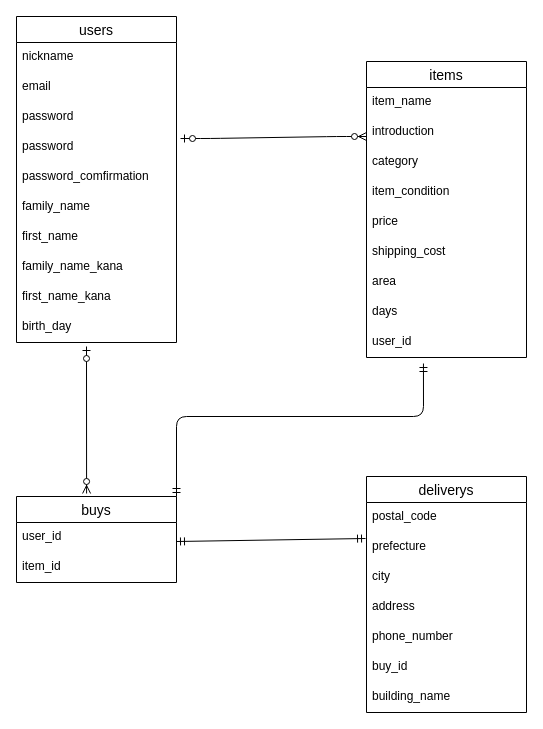
Before: furima.dio in syousyuukoriki/furima-31167, a draw.io diagram. Source tidied: cells renumbered, new cells numbered last; positions are measured from the earlier drawing's top-left corner, leaving out a move shared by most shapes. Both pictures are drawn from the tidied source at 100%, with x=0, y=0 at pixel (16, 16).
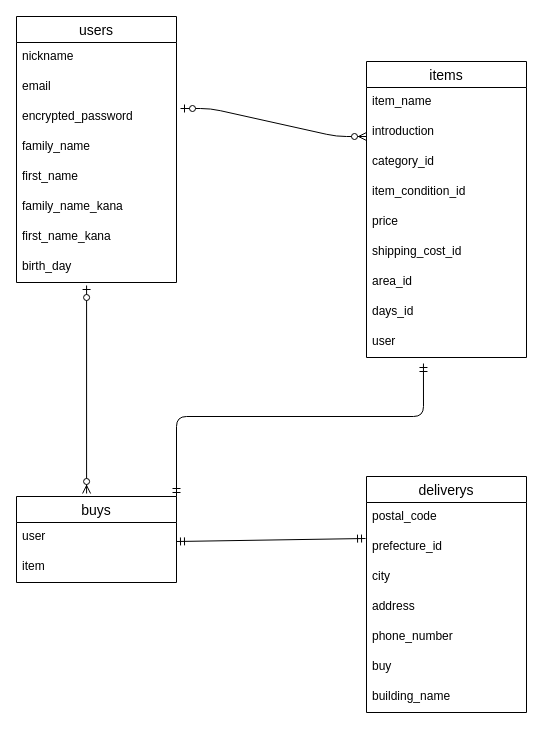
Above is the later version.

Commit message (it also covers changes not shown here):
ER図とREADMEを再修正

Unchanged cells that the change refers to:
```xml
<mxCell id="13" value="items" style="swimlane;fontStyle=0;horizontal=1;startSize=26;align=center;fontSize=14;" parent="1" vertex="1">
  <mxGeometry x="350" y="45" width="160" height="296" as="geometry" />
</mxCell>
<mxCell id="24" value="deliverys" style="swimlane;fontStyle=0;horizontal=1;startSize=26;align=center;fontSize=14;" parent="1" vertex="1">
  <mxGeometry x="350" y="460" width="160" height="236" as="geometry" />
</mxCell>
<mxCell id="33" value="buys" style="swimlane;fontStyle=0;horizontal=1;startSize=26;align=center;fontSize=14;" parent="1" vertex="1">
  <mxGeometry y="480" width="160" height="86" as="geometry" />
</mxCell>
```

What changed in the source:
```diff
@@
     <mxCell id="2" value="users" style="swimlane;fontStyle=0;horizontal=1;startSize=26;align=center;fontSize=14;" parent="1" vertex="1">
-      <mxGeometry width="160" height="326" as="geometry" />
+      <mxGeometry width="160" height="266" as="geometry" />
     </mxCell>
@@
-    <mxCell id="5" value="password" style="text;strokeColor=none;fillColor=none;spacingLeft=4;spacingRight=4;overflow=hidden;fontSize=12;" parent="2" vertex="1">
-      <mxGeometry y="86" width="160" height="30" as="geometry" />
-    </mxCell>
-    <mxCell id="6" value="password" style="text;strokeColor=none;fillColor=none;spacingLeft=4;spacingRight=4;overflow=hidden;points=[[0,0.5],[1,0.5]];portConstraint=eastwest;fontSize=12;" parent="2" vertex="1">
-      <mxGeometry y="116" width="160" height="30" as="geometry" />
-    </mxCell>
-    <mxCell id="7" value="password_comfirmation" style="text;strokeColor=none;fillColor=none;spacingLeft=4;spacingRight=4;overflow=hidden;fontSize=12;" parent="2" vertex="1">
-      <mxGeometry y="146" width="160" height="30" as="geometry" />
+    <mxCell id="7" value="encrypted_password" style="text;strokeColor=none;fillColor=none;spacingLeft=4;spacingRight=4;overflow=hidden;fontSize=12;" parent="2" vertex="1">
+      <mxGeometry y="86" width="160" height="30" as="geometry" />
     </mxCell>
     <mxCell id="8" value="family_name" style="text;strokeColor=none;fillColor=none;spacingLeft=4;spacingRight=4;overflow=hidden;fontSize=12;" parent="2" vertex="1">
-      <mxGeometry y="176" width="160" height="30" as="geometry" />
+      <mxGeometry y="116" width="160" height="30" as="geometry" />
     </mxCell>
     <mxCell id="9" value="first_name" style="text;strokeColor=none;fillColor=none;spacingLeft=4;spacingRight=4;overflow=hidden;fontSize=12;" parent="2" vertex="1">
-      <mxGeometry y="206" width="160" height="30" as="geometry" />
+      <mxGeometry y="146" width="160" height="30" as="geometry" />
     </mxCell>
     <mxCell id="10" value="family_name_kana" style="text;strokeColor=none;fillColor=none;spacingLeft=4;spacingRight=4;overflow=hidden;fontSize=12;" parent="2" vertex="1">
-      <mxGeometry y="236" width="160" height="30" as="geometry" />
+      <mxGeometry y="176" width="160" height="30" as="geometry" />
     </mxCell>
     <mxCell id="11" value="first_name_kana" style="text;strokeColor=none;fillColor=none;spacingLeft=4;spacingRight=4;overflow=hidden;fontSize=12;" parent="2" vertex="1">
-      <mxGeometry y="266" width="160" height="30" as="geometry" />
+      <mxGeometry y="206" width="160" height="30" as="geometry" />
     </mxCell>
     <mxCell id="12" value="birth_day" style="text;strokeColor=none;fillColor=none;spacingLeft=4;spacingRight=4;overflow=hidden;points=[[0,0.5],[1,0.5]];portConstraint=eastwest;fontSize=12;" parent="2" vertex="1">
-      <mxGeometry y="296" width="160" height="30" as="geometry" />
+      <mxGeometry y="236" width="160" height="30" as="geometry" />
     </mxCell>
@@
-    <mxCell id="16" value="category" style="text;strokeColor=none;fillColor=none;spacingLeft=4;spacingRight=4;overflow=hidden;fontSize=12;" parent="13" vertex="1">
+    <mxCell id="16" value="category_id" style="text;strokeColor=none;fillColor=none;spacingLeft=4;spacingRight=4;overflow=hidden;fontSize=12;" parent="13" vertex="1">
       <mxGeometry y="86" width="160" height="30" as="geometry" />
     </mxCell>
-    <mxCell id="17" value="item_condition" style="text;strokeColor=none;fillColor=none;spacingLeft=4;spacingRight=4;overflow=hidden;fontSize=12;" parent="13" vertex="1">
+    <mxCell id="17" value="item_condition_id" style="text;strokeColor=none;fillColor=none;spacingLeft=4;spacingRight=4;overflow=hidden;fontSize=12;" parent="13" vertex="1">
       <mxGeometry y="116" width="160" height="30" as="geometry" />
     </mxCell>
@@
-    <mxCell id="19" value="shipping_cost" style="text;strokeColor=none;fillColor=none;spacingLeft=4;spacingRight=4;overflow=hidden;fontSize=12;" parent="13" vertex="1">
+    <mxCell id="19" value="shipping_cost_id" style="text;strokeColor=none;fillColor=none;spacingLeft=4;spacingRight=4;overflow=hidden;fontSize=12;" parent="13" vertex="1">
       <mxGeometry y="176" width="160" height="30" as="geometry" />
     </mxCell>
-    <mxCell id="20" value="area" style="text;strokeColor=none;fillColor=none;spacingLeft=4;spacingRight=4;overflow=hidden;fontSize=12;" parent="13" vertex="1">
+    <mxCell id="20" value="area_id" style="text;strokeColor=none;fillColor=none;spacingLeft=4;spacingRight=4;overflow=hidden;fontSize=12;" parent="13" vertex="1">
       <mxGeometry y="206" width="160" height="30" as="geometry" />
     </mxCell>
-    <mxCell id="21" value="days" style="text;strokeColor=none;fillColor=none;spacingLeft=4;spacingRight=4;overflow=hidden;fontSize=12;" parent="13" vertex="1">
+    <mxCell id="21" value="days_id" style="text;strokeColor=none;fillColor=none;spacingLeft=4;spacingRight=4;overflow=hidden;fontSize=12;" parent="13" vertex="1">
       <mxGeometry y="236" width="160" height="30" as="geometry" />
     </mxCell>
-    <mxCell id="22" value="user_id" style="text;strokeColor=none;fillColor=none;spacingLeft=4;spacingRight=4;overflow=hidden;points=[[0,0.5],[1,0.5]];portConstraint=eastwest;fontSize=12;" parent="13" vertex="1">
+    <mxCell id="22" value="user" style="text;strokeColor=none;fillColor=none;spacingLeft=4;spacingRight=4;overflow=hidden;points=[[0,0.5],[1,0.5]];portConstraint=eastwest;fontSize=12;" parent="13" vertex="1">
       <mxGeometry y="266" width="160" height="30" as="geometry" />
     </mxCell>
-    <mxCell id="23" style="edgeStyle=entityRelationEdgeStyle;fontSize=12;html=1;endArrow=ERzeroToMany;startArrow=ERzeroToOne;exitX=1.025;exitY=0.2;exitDx=0;exitDy=0;exitPerimeter=0;" parent="1" edge="1" source="6">
+    <mxCell id="23" style="edgeStyle=entityRelationEdgeStyle;fontSize=12;html=1;endArrow=ERzeroToMany;startArrow=ERzeroToOne;exitX=1.025;exitY=0.2;exitDx=0;exitDy=0;exitPerimeter=0;" parent="1" edge="1">
       <mxGeometry relative="1" as="geometry">
+        <mxPoint x="164" y="92" as="sourcePoint" />
         <mxPoint x="350" y="120" as="targetPoint" />
       </mxGeometry>
     </mxCell>
@@
-    <mxCell id="26" value="prefecture" style="text;strokeColor=none;fillColor=none;spacingLeft=4;spacingRight=4;overflow=hidden;points=[[0,0.5],[1,0.5]];portConstraint=eastwest;fontSize=12;" parent="24" vertex="1">
+    <mxCell id="26" value="prefecture_id" style="text;strokeColor=none;fillColor=none;spacingLeft=4;spacingRight=4;overflow=hidden;points=[[0,0.5],[1,0.5]];portConstraint=eastwest;fontSize=12;" parent="24" vertex="1">
       <mxGeometry y="56" width="160" height="30" as="geometry" />
     </mxCell>
@@
-    <mxCell id="30" value="buy_id" style="text;strokeColor=none;fillColor=none;spacingLeft=4;spacingRight=4;overflow=hidden;fontSize=12;" parent="24" vertex="1">
+    <mxCell id="30" value="buy" style="text;strokeColor=none;fillColor=none;spacingLeft=4;spacingRight=4;overflow=hidden;fontSize=12;" parent="24" vertex="1">
       <mxGeometry y="176" width="160" height="30" as="geometry" />
     </mxCell>
@@
-    <mxCell id="34" value="user_id" style="text;strokeColor=none;fillColor=none;spacingLeft=4;spacingRight=4;overflow=hidden;fontSize=12;" parent="33" vertex="1">
+    <mxCell id="34" value="user" style="text;strokeColor=none;fillColor=none;spacingLeft=4;spacingRight=4;overflow=hidden;fontSize=12;" parent="33" vertex="1">
       <mxGeometry y="26" width="160" height="30" as="geometry" />
     </mxCell>
-    <mxCell id="35" value="item_id" style="text;strokeColor=none;fillColor=none;spacingLeft=4;spacingRight=4;overflow=hidden;fontSize=12;" parent="33" vertex="1">
+    <mxCell id="35" value="item" style="text;strokeColor=none;fillColor=none;spacingLeft=4;spacingRight=4;overflow=hidden;fontSize=12;" parent="33" vertex="1">
       <mxGeometry y="56" width="160" height="30" as="geometry" />
     </mxCell>
-    <mxCell id="36" style="fontSize=12;html=1;endArrow=ERzeroToMany;startArrow=ERzeroToOne;entryX=0.438;entryY=-0.035;entryDx=0;entryDy=0;entryPerimeter=0;" parent="1" edge="1" target="33">
-      <mxGeometry relative="1" as="geometry">
-        <mxPoint x="70" y="330" as="sourcePoint" />
-      </mxGeometry>
+    <mxCell id="36" style="fontSize=12;html=1;endArrow=ERzeroToMany;startArrow=ERzeroToOne;entryX=0.438;entryY=-0.035;entryDx=0;entryDy=0;entryPerimeter=0;exitX=0.438;exitY=1.1;exitDx=0;exitDy=0;exitPerimeter=0;" parent="1" edge="1" source="12" target="33">
+      <mxGeometry relative="1" as="geometry" />
     </mxCell>
```
